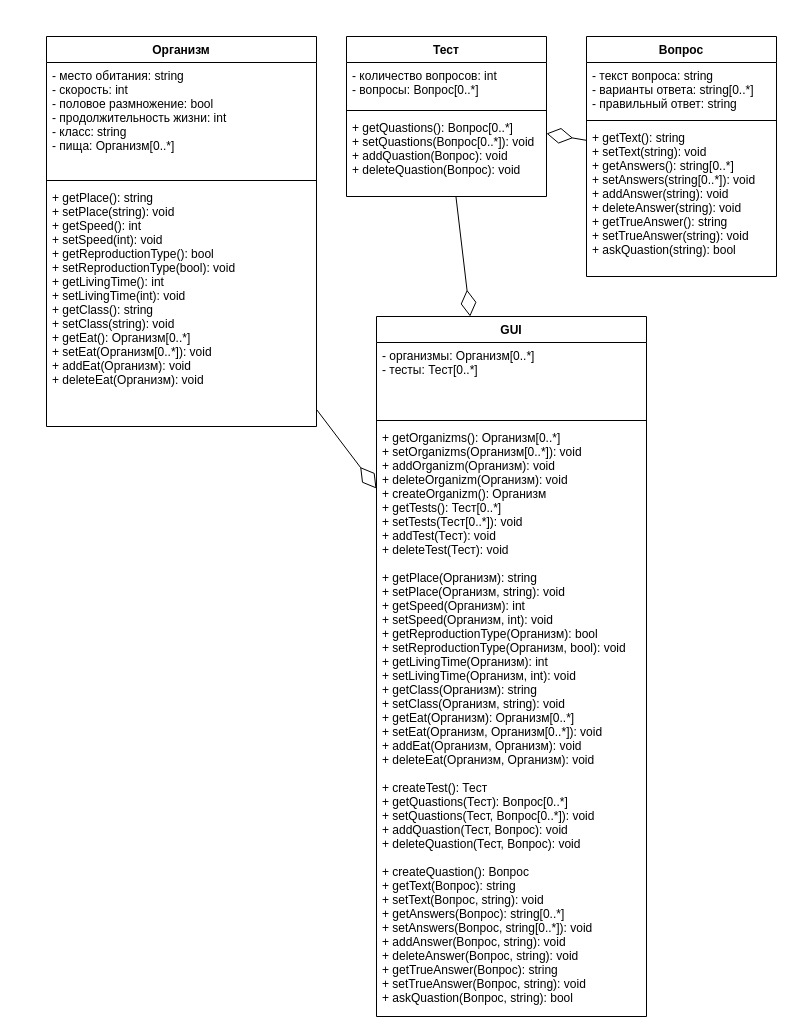
This is class.drawio from kova5845/uml, a draw.io file, before an edit. Source tidied: cells renumbered, new cells numbered last; positions are measured from the earlier drawing's top-left corner, leaving out a move shared by most shapes. Both pictures are drawn from the tidied source at 100%, with x=0, y=0 at pixel (46, 36).
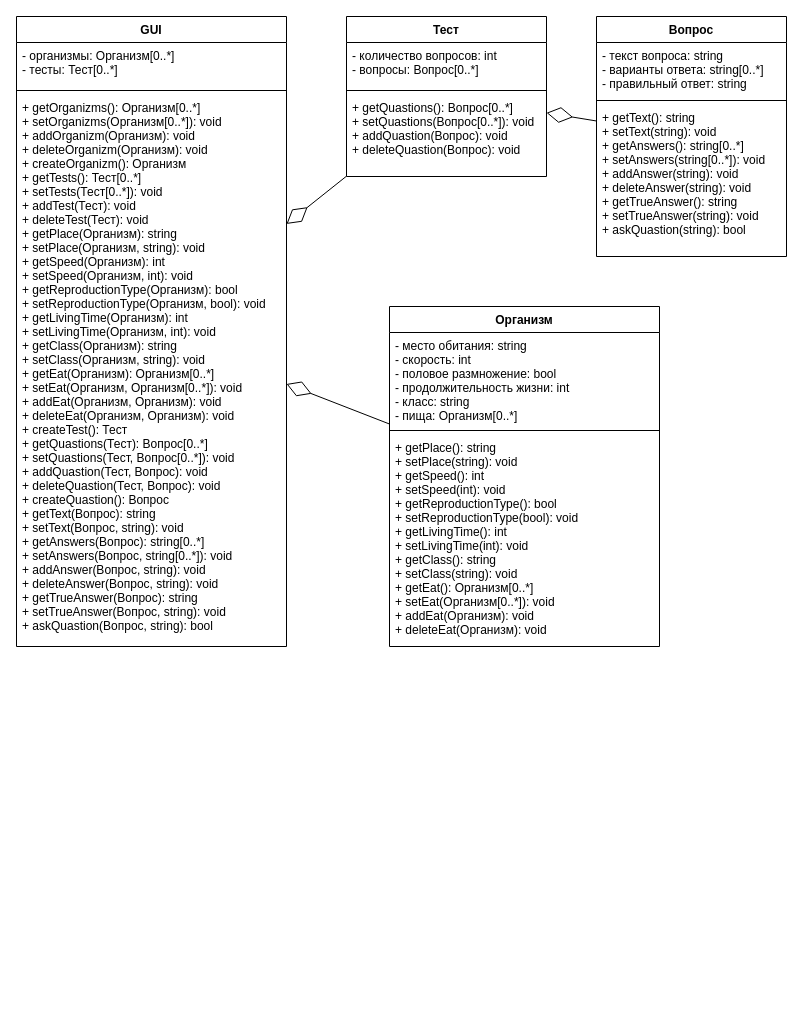
Above is the later version.

What changed in the source:
```diff
@@
     <mxCell id="2" value="Организм" style="swimlane;fontStyle=1;align=center;verticalAlign=top;horizontal=1;startSize=26;" parent="1" vertex="1">
-      <mxGeometry width="270" height="390" as="geometry" />
+      <mxGeometry x="343" y="270" width="270" height="340" as="geometry" />
     </mxCell>
     <mxCell id="3" value="- место обитания: string&#10;- скорость: int&#10;- половое размножение: bool&#10;- продолжительность жизни: int&#10;- класс: string&#10;- пища: Организм[0..*]&#10;" style="text;strokeColor=none;fillColor=none;align=left;verticalAlign=top;spacingLeft=4;spacingRight=4;overflow=hidden;" parent="2" vertex="1">
-      <mxGeometry y="26" width="270" height="114" as="geometry" />
+      <mxGeometry y="26" width="270" height="94" as="geometry" />
     </mxCell>
     <mxCell id="4" style="line;strokeWidth=1;fillColor=none;align=left;verticalAlign=middle;spacingTop=-1;spacingLeft=3;spacingRight=3;labelPosition=right;" parent="2" vertex="1">
-      <mxGeometry y="140" width="270" height="8" as="geometry" />
+      <mxGeometry y="120" width="270" height="8" as="geometry" />
     </mxCell>
     <mxCell id="5" value="+ getPlace(): string&#10;+ setPlace(string): void&#10;+ getSpeed(): int&#10;+ setSpeed(int): void&#10;+ getReproductionType(): bool&#10;+ setReproductionType(bool): void&#10;+ getLivingTime(): int&#10;+ setLivingTime(int): void&#10;+ getClass(): string&#10;+ setClass(string): void&#10;+ getEat(): Организм[0..*]&#10;+ setEat(Организм[0..*]): void&#10;+ addEat(Организм): void&#10;+ deleteEat(Организм): void" style="text;strokeColor=none;fillColor=none;align=left;verticalAlign=top;spacingLeft=4;spacingRight=4;overflow=hidden;" parent="2" vertex="1">
-      <mxGeometry y="148" width="270" height="242" as="geometry" />
+      <mxGeometry y="128" width="270" height="212" as="geometry" />
     </mxCell>
     <mxCell id="6" value="Тест" style="swimlane;fontStyle=1;align=center;verticalAlign=top;horizontal=1;startSize=26;" parent="1" vertex="1">
-      <mxGeometry x="300" width="200" height="160" as="geometry" />
+      <mxGeometry x="300" y="-20" width="200" height="160" as="geometry" />
     </mxCell>
@@
     <mxCell id="10" value="Вопрос" style="swimlane;fontStyle=1;align=center;verticalAlign=top;horizontal=1;startSize=26;" parent="1" vertex="1">
-      <mxGeometry x="540" width="190" height="240" as="geometry" />
+      <mxGeometry x="550" y="-20" width="190" height="240" as="geometry" />
     </mxCell>
@@
     <mxCell id="15" value="GUI" style="swimlane;fontStyle=1;align=center;verticalAlign=top;horizontal=1;startSize=26;" parent="1" vertex="1">
-      <mxGeometry x="330" y="280" width="270" height="700" as="geometry" />
+      <mxGeometry x="-30" y="-20" width="270" height="630" as="geometry" />
     </mxCell>
     <mxCell id="16" value="- организмы: Организм[0..*]&#10;- тесты: Тест[0..*]" style="text;strokeColor=none;fillColor=none;align=left;verticalAlign=top;spacingLeft=4;spacingRight=4;overflow=hidden;" parent="15" vertex="1">
-      <mxGeometry y="26" width="270" height="74" as="geometry" />
+      <mxGeometry y="26" width="270" height="44" as="geometry" />
     </mxCell>
     <mxCell id="17" style="line;strokeWidth=1;fillColor=none;align=left;verticalAlign=middle;spacingTop=-1;spacingLeft=3;spacingRight=3;labelPosition=right;" parent="15" vertex="1">
-      <mxGeometry y="100" width="270" height="8" as="geometry" />
+      <mxGeometry y="70" width="270" height="8" as="geometry" />
     </mxCell>
-    <mxCell id="18" value="+ getOrganizms(): Организм[0..*]&#10;+ setOrganizms(Организм[0..*]): void&#10;+ addOrganizm(Организм): void&#10;+ deleteOrganizm(Организм): void&#10;+ createOrganizm(): Организм&#10;+ getTests(): Тест[0..*]&#10;+ setTests(Тест[0..*]): void&#10;+ addTest(Тест): void&#10;+ deleteTest(Тест): void&#10;&#10;+ getPlace(Организм): string&#10;+ setPlace(Организм, string): void&#10;+ getSpeed(Организм): int&#10;+ setSpeed(Организм, int): void&#10;+ getReproductionType(Организм): bool&#10;+ setReproductionType(Организм, bool): void&#10;+ getLivingTime(Организм): int&#10;+ setLivingTime(Организм, int): void&#10;+ getClass(Организм): string&#10;+ setClass(Организм, string): void&#10;+ getEat(Организм): Организм[0..*]&#10;+ setEat(Организм, Организм[0..*]): void&#10;+ addEat(Организм, Организм): void&#10;+ deleteEat(Организм, Организм): void&#10;&#10;+ createTest(): Тест&#10;+ getQuastions(Тест): Вопрос[0..*]&#10;+ setQuastions(Тест, Вопрос[0..*]): void&#10;+ addQuastion(Тест, Вопрос): void&#10;+ deleteQuastion(Тест, Вопрос): void&#10;&#10;+ createQuastion(): Вопрос&#10;+ getText(Вопрос): string&#10;+ setText(Вопрос, string): void&#10;+ getAnswers(Вопрос): string[0..*]&#10;+ setAnswers(Вопрос, string[0..*]): void&#10;+ addAnswer(Вопрос, string): void&#10;+ deleteAnswer(Вопрос, string): void&#10;+ getTrueAnswer(Вопрос): string&#10;+ setTrueAnswer(Вопрос, string): void&#10;+ askQuastion(Вопрос, string): bool" style="text;strokeColor=none;fillColor=none;align=left;verticalAlign=top;spacingLeft=4;spacingRight=4;overflow=hidden;" parent="15" vertex="1">
-      <mxGeometry y="108" width="270" height="592" as="geometry" />
+    <mxCell id="18" value="+ getOrganizms(): Организм[0..*]&#10;+ setOrganizms(Организм[0..*]): void&#10;+ addOrganizm(Организм): void&#10;+ deleteOrganizm(Организм): void&#10;+ createOrganizm(): Организм&#10;+ getTests(): Тест[0..*]&#10;+ setTests(Тест[0..*]): void&#10;+ addTest(Тест): void&#10;+ deleteTest(Тест): void&#10;+ getPlace(Организм): string&#10;+ setPlace(Организм, string): void&#10;+ getSpeed(Организм): int&#10;+ setSpeed(Организм, int): void&#10;+ getReproductionType(Организм): bool&#10;+ setReproductionType(Организм, bool): void&#10;+ getLivingTime(Организм): int&#10;+ setLivingTime(Организм, int): void&#10;+ getClass(Организм): string&#10;+ setClass(Организм, string): void&#10;+ getEat(Организм): Организм[0..*]&#10;+ setEat(Организм, Организм[0..*]): void&#10;+ addEat(Организм, Организм): void&#10;+ deleteEat(Организм, Организм): void&#10;+ createTest(): Тест&#10;+ getQuastions(Тест): Вопрос[0..*]&#10;+ setQuastions(Тест, Вопрос[0..*]): void&#10;+ addQuastion(Тест, Вопрос): void&#10;+ deleteQuastion(Тест, Вопрос): void&#10;+ createQuastion(): Вопрос&#10;+ getText(Вопрос): string&#10;+ setText(Вопрос, string): void&#10;+ getAnswers(Вопрос): string[0..*]&#10;+ setAnswers(Вопрос, string[0..*]): void&#10;+ addAnswer(Вопрос, string): void&#10;+ deleteAnswer(Вопрос, string): void&#10;+ getTrueAnswer(Вопрос): string&#10;+ setTrueAnswer(Вопрос, string): void&#10;+ askQuastion(Вопрос, string): bool" style="text;strokeColor=none;fillColor=none;align=left;verticalAlign=top;spacingLeft=4;spacingRight=4;overflow=hidden;" parent="15" vertex="1">
+      <mxGeometry y="78" width="270" height="552" as="geometry" />
     </mxCell>
```
